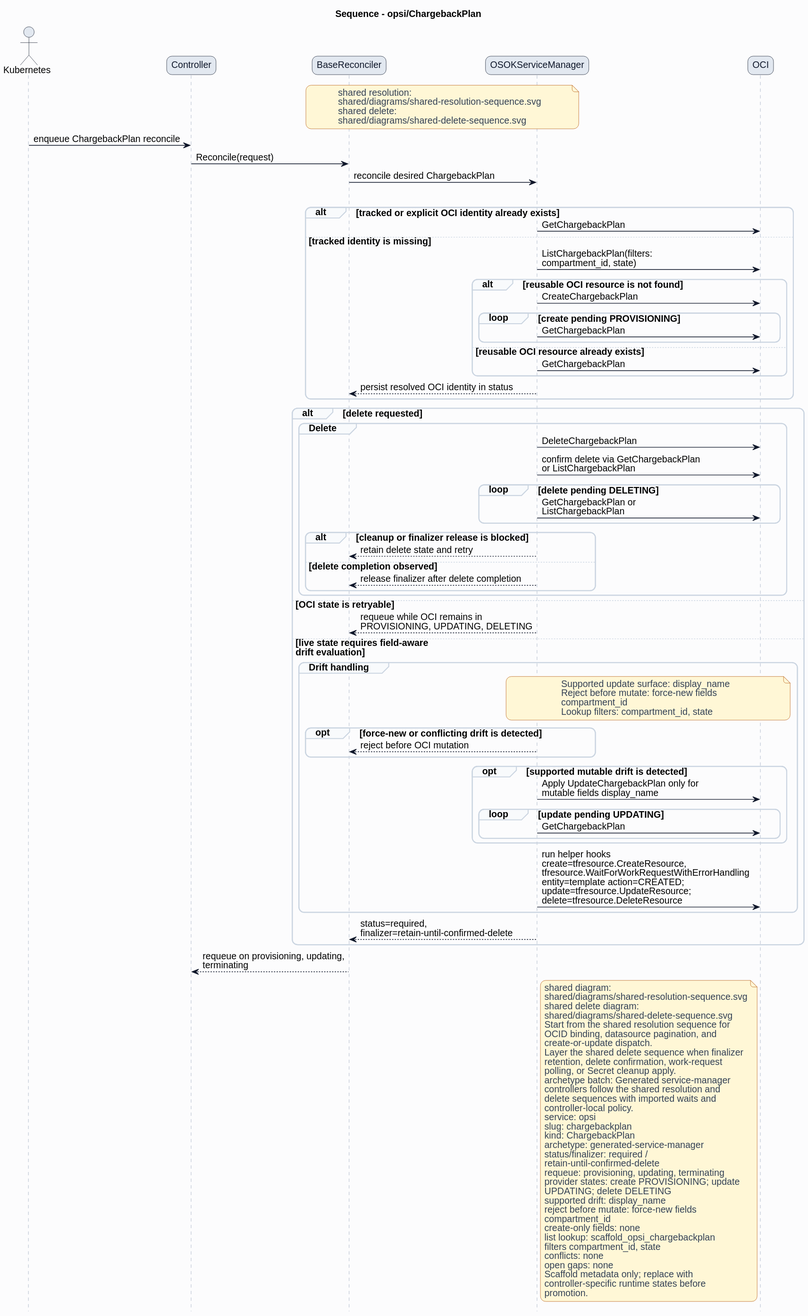
Above: formal/controllers/opsi/chargebackplan/diagrams/sequence.svg in HaoyL666/oci-service-operator (PlantUML), before the change.
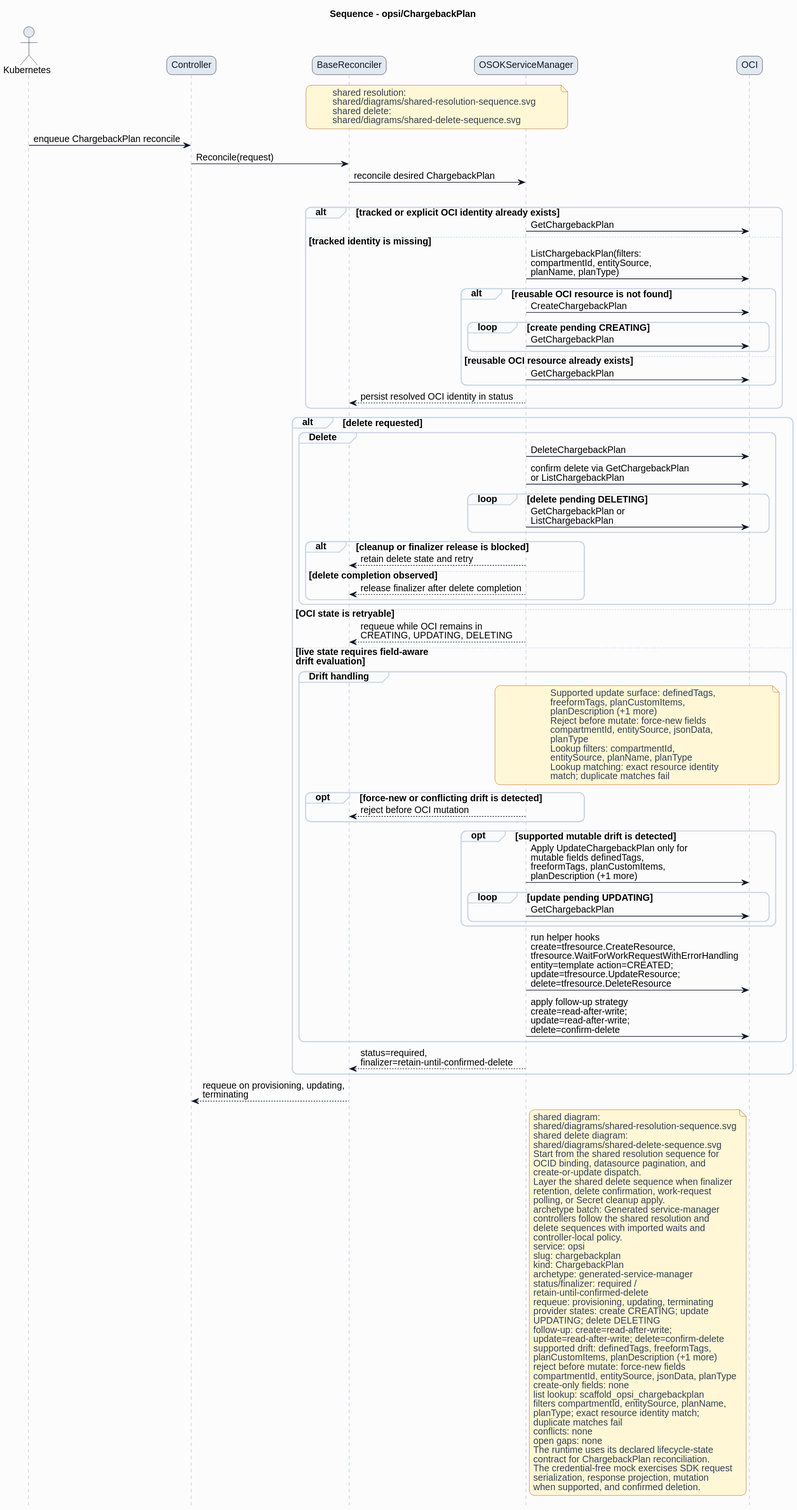
After the change.

Diff of the diagram source:
```diff
@@ -38,10 +38,10 @@
 alt tracked or explicit OCI identity already exists
 ServiceManager -> OCI: GetChargebackPlan
 else tracked identity is missing
-ServiceManager -> OCI: ListChargebackPlan(filters:\ncompartment_id, state)
+ServiceManager -> OCI: ListChargebackPlan(filters:\ncompartmentId, entitySource,\nplanName, planType)
 alt reusable OCI resource is not found
 ServiceManager -> OCI: CreateChargebackPlan
-loop create pending PROVISIONING
+loop create pending CREATING
 ServiceManager -> OCI: GetChargebackPlan
 end
 else reusable OCI resource already exists
@@ -63,25 +63,32 @@
 end
 end
 else OCI state is retryable
-ServiceManager --> BaseReconciler: requeue while OCI remains in\nPROVISIONING, UPDATING, DELETING
+ServiceManager --> BaseReconciler: requeue while OCI remains in\nCREATING, UPDATING, DELETING
 else live state requires field-aware\ndrift evaluation
 group Drift handling
 note over ServiceManager,OCI
-Supported update surface: display_name
+Supported update surface: definedTags,
+freeformTags, planCustomItems,
+planDescription (+1 more)
 Reject before mutate: force-new fields
-compartment_id
-Lookup filters: compartment_id, state
+compartmentId, entitySource, jsonData,
+planType
+Lookup filters: compartmentId,
+entitySource, planName, planType
+Lookup matching: exact resource identity
+match; duplicate matches fail
 end note
 opt force-new or conflicting drift is detected
 ServiceManager --> BaseReconciler: reject before OCI mutation
 end
 opt supported mutable drift is detected
-ServiceManager -> OCI: Apply UpdateChargebackPlan only for\nmutable fields display_name
+ServiceManager -> OCI: Apply UpdateChargebackPlan only for\nmutable fields definedTags,\nfreeformTags, planCustomItems,\nplanDescription (+1 more)
 loop update pending UPDATING
 ServiceManager -> OCI: GetChargebackPlan
 end
 end
 ServiceManager -> OCI: run helper hooks\ncreate=tfresource.CreateResource,\ntfresource.WaitForWorkRequestWithErrorHandling\nentity=template action=CREATED;\nupdate=tfresource.UpdateResource;\ndelete=tfresource.DeleteResource
+ServiceManager -> OCI: apply follow-up strategy\ncreate=read-after-write;\nupdate=read-after-write;\ndelete=confirm-delete
 end
 ServiceManager --> BaseReconciler: status=required,\nfinalizer=retain-until-confirmed-delete
 end
@@ -108,18 +115,25 @@
 status/finalizer: required /
 retain-until-confirmed-delete
 requeue: provisioning, updating, terminating
-provider states: create PROVISIONING; update
+provider states: create CREATING; update
 UPDATING; delete DELETING
-supported drift: display_name
+follow-up: create=read-after-write;
+update=read-after-write; delete=confirm-delete
+supported drift: definedTags, freeformTags,
+planCustomItems, planDescription (+1 more)
 reject before mutate: force-new fields
-compartment_id
+compartmentId, entitySource, jsonData, planType
 create-only fields: none
 list lookup: scaffold_opsi_chargebackplan
-filters compartment_id, state
+filters compartmentId, entitySource, planName,
+planType; exact resource identity match;
+duplicate matches fail
 conflicts: none
 open gaps: none
-Scaffold metadata only; replace with
-controller-specific runtime states before
-promotion.
+The runtime uses its declared lifecycle-state
+contract for ChargebackPlan reconciliation.
+The credential-free mock exercises SDK request
+serialization, response projection, mutation
+when supported, and confirmed deletion.
 end note
 @enduml
```
